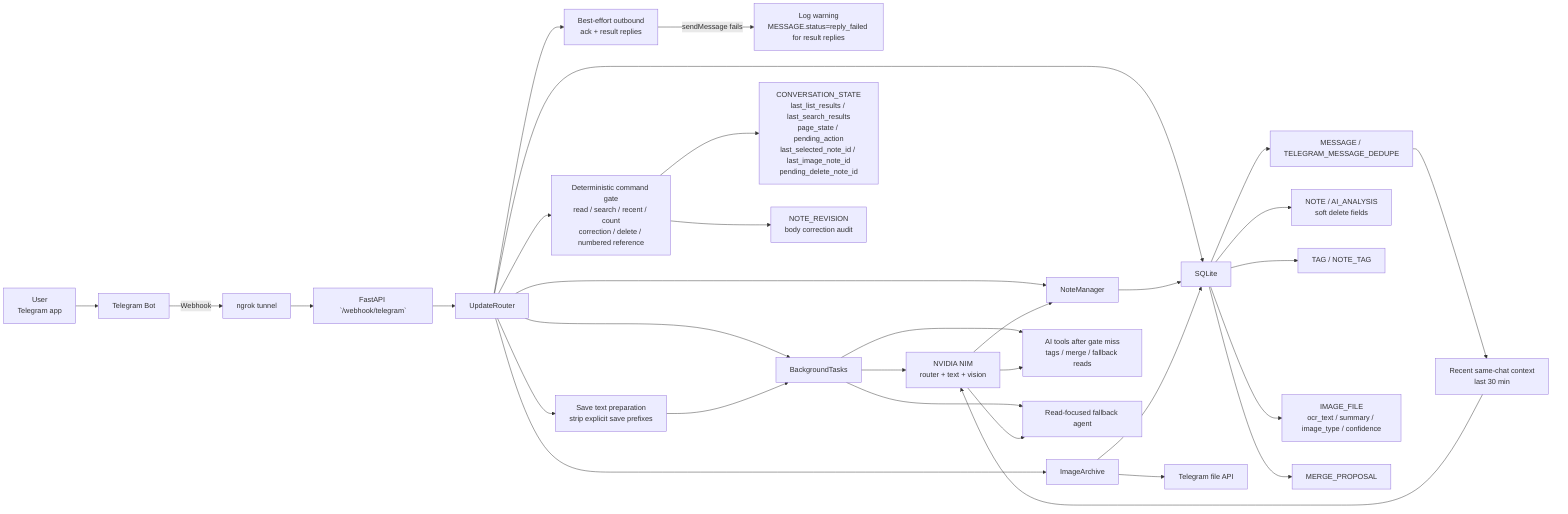
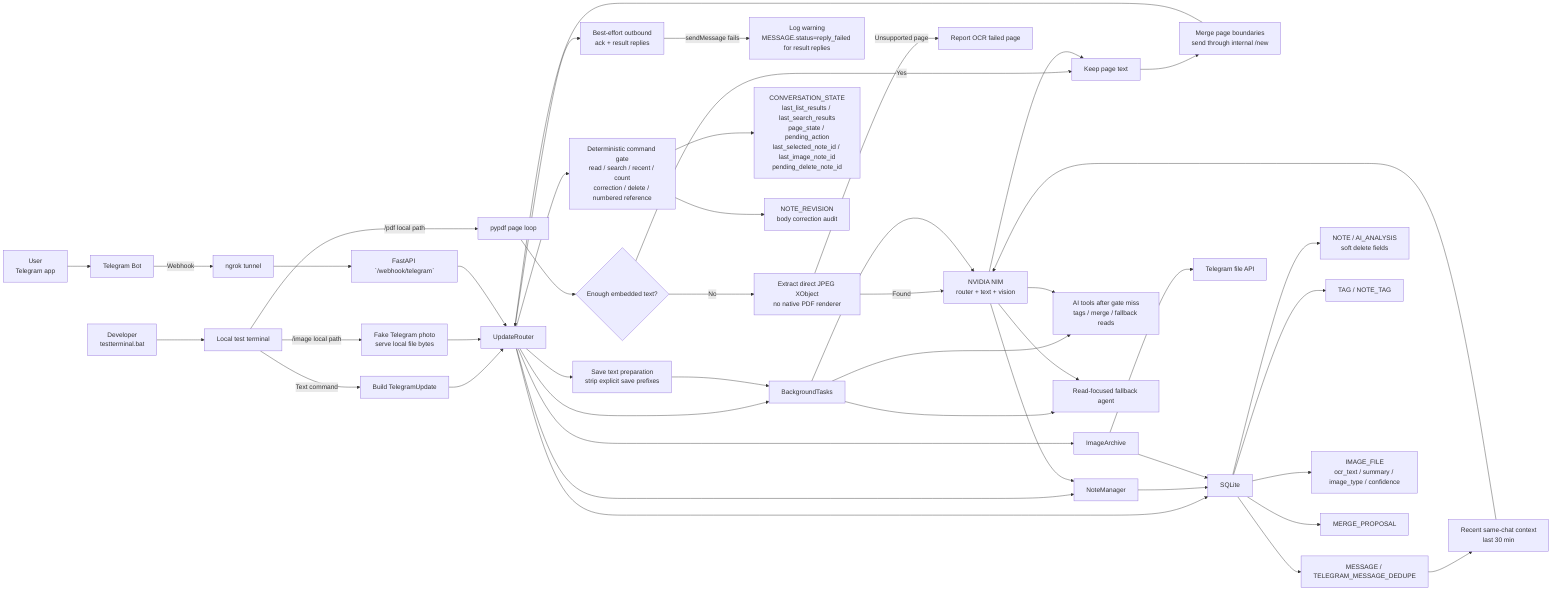
flowchart LR
    User["User<br/>Telegram app"] --> Bot["Telegram Bot"]
    Bot -->|Webhook| Tunnel["ngrok tunnel"]
    Tunnel --> API["FastAPI `/webhook/telegram`"]
+ 
+     Tester["Developer<br/>testterminal.bat"] --> Terminal["Local test terminal"]
+     Terminal -->|Text command| LocalText["Build TelegramUpdate"]
+     LocalText --> Router
+     Terminal -->|/image local path| LocalPhoto["Fake Telegram photo<br/>serve local file bytes"]
+     LocalPhoto --> Router
+     Terminal -->|/pdf local path| LocalPDF["pypdf page loop"]
+     LocalPDF --> EmbeddedCheck{"Enough embedded text?"}
+     EmbeddedCheck -->|Yes| PdfPageText["Keep page text"]
+     EmbeddedCheck -->|No| JpegExtract["Extract direct JPEG XObject<br/>no native PDF renderer"]
+     JpegExtract -->|Found| NIM
+     JpegExtract -->|Unsupported page| PdfFailed["Report OCR failed page"]
+     NIM --> PdfPageText
+     PdfPageText --> PdfNew["Merge page boundaries<br/>send through internal /new"]
+     PdfNew --> Router

    API --> Router["UpdateRouter"]
    Router --> Ack["Best-effort outbound<br/>ack + result replies"]
    Ack -->|sendMessage fails| ReplyFailed["Log warning<br/>MESSAGE.status=reply_failed for result replies"]
    Router --> BG["BackgroundTasks"]
    Router --> Gate["Deterministic command gate<br/>read / search / recent / count<br/>correction / delete / numbered reference"]
    Router --> Prep["Save text preparation<br/>strip explicit save prefixes"]
    Router --> Archive["ImageArchive"]
    Router --> Manager["NoteManager"]
    Router --> DB["SQLite"]

    Gate --> State["CONVERSATION_STATE<br/>last_list_results / last_search_results<br/>page_state / pending_action<br/>last_selected_note_id / last_image_note_id<br/>pending_delete_note_id"]
    Gate --> Revisions["NOTE_REVISION<br/>body correction audit"]
    Prep --> BG
    BG --> NIM["NVIDIA NIM<br/>router + text + vision"]
    BG --> FastTools["AI tools after gate miss<br/>tags / merge / fallback reads"]
    BG --> AgentFallback["Read-focused fallback agent"]

    Manager --> DB
    Archive --> TGFile["Telegram file API"]
    Archive --> DB
    NIM --> Manager
    NIM --> FastTools
    NIM --> AgentFallback

    DB --> Msg["MESSAGE / TELEGRAM_MESSAGE_DEDUPE"]
    DB --> Notes["NOTE / AI_ANALYSIS<br/>soft delete fields"]
    DB --> Tags["TAG / NOTE_TAG"]
    DB --> Media["IMAGE_FILE<br/>ocr_text / summary / image_type / confidence"]
    DB --> Merge["MERGE_PROPOSAL"]

    Msg --> Context["Recent same-chat context<br/>last 30 min"]
    Context --> NIM
